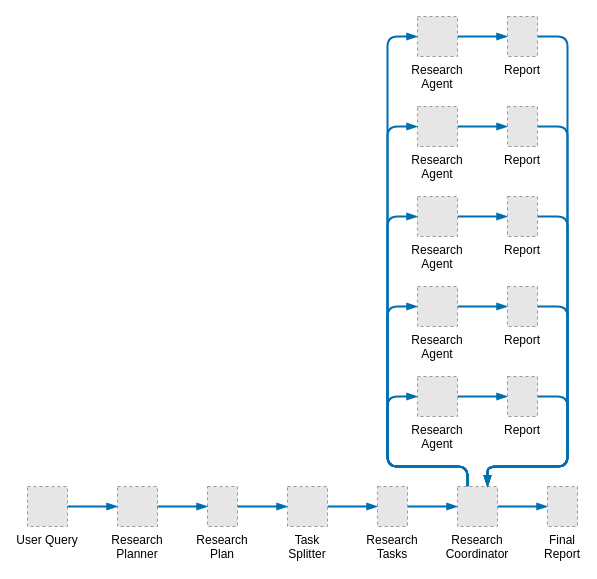
Before: research-agent-workflow.drawio in callowayproject/agent-skills, a draw.io diagram. Source tidied: cells renumbered, new cells numbered last; positions are measured from the earlier drawing's top-left corner, leaving out a move shared by most shapes. Both pictures are drawn from the tidied source at 100%, with x=0, y=0 at pixel (27, 16). Pictures stored in the file or linked from it are replaced by grey dashed boxes.
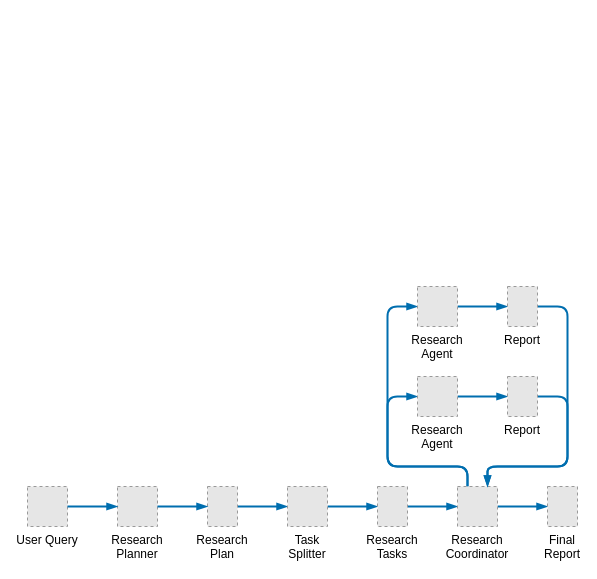
The same page after the edit.

Commit message:
Simplify and optimize the research agent workflow diagram

- Adjusted diagram dimensions for improved clarity (`dx` to 948, `dy` to 700).
- Removed unused elements (`Research Agent`, `Report` nodes, and related connectors).
- Enhanced structure by decluttering excess edges and redundant nodes.

The change refers to these unchanged cells:
```xml
<mxCell id="16" value="Research&#10;Coordinator" style="fillColor=#E6E6E6;strokeColor=#999999;dashed=1;verticalLabelPosition=bottom;labelBackgroundColor=default;verticalAlign=top;" parent="1" vertex="1">
  <mxGeometry x="430" y="470" width="40" height="40" as="geometry" />
</mxCell>
```

Diff of the diagram source:
```diff
@@
-    <mxCell id="10" style="edgeStyle=orthogonalEdgeStyle;shape=connector;rounded=1;jumpStyle=gap;jettySize=auto;html=1;exitX=0.25;exitY=0;exitDx=0;exitDy=0;entryX=0;entryY=0.5;entryDx=0;entryDy=0;strokeColor=#006EAF;strokeWidth=2;align=center;verticalAlign=middle;fontFamily=Helvetica;fontSize=12;fontColor=default;labelBackgroundColor=default;endArrow=blockThin;endFill=1;fillColor=#1ba1e2;" parent="1" edge="1" source="16" target="22">
-      <mxGeometry relative="1" as="geometry">
-        <Array as="points">
-          <mxPoint x="440" y="450" />
-          <mxPoint x="360" y="450" />
-          <mxPoint x="360" y="200" />
-        </Array>
-      </mxGeometry>
-    </mxCell>
-    <mxCell id="11" style="edgeStyle=orthogonalEdgeStyle;shape=connector;rounded=1;jumpStyle=gap;jettySize=auto;html=1;exitX=0.25;exitY=0;exitDx=0;exitDy=0;entryX=0;entryY=0.5;entryDx=0;entryDy=0;strokeColor=#006EAF;strokeWidth=2;align=center;verticalAlign=middle;fontFamily=Helvetica;fontSize=12;fontColor=default;labelBackgroundColor=default;endArrow=blockThin;endFill=1;fillColor=#1ba1e2;" parent="1" edge="1" source="16" target="20">
-      <mxGeometry relative="1" as="geometry">
-        <Array as="points">
-          <mxPoint x="440" y="450" />
-          <mxPoint x="360" y="450" />
-          <mxPoint x="360" y="110" />
-        </Array>
-      </mxGeometry>
-    </mxCell>
-    <mxCell id="12" style="edgeStyle=orthogonalEdgeStyle;shape=connector;rounded=1;jumpStyle=gap;jettySize=auto;html=1;exitX=0.25;exitY=0;exitDx=0;exitDy=0;entryX=0;entryY=0.5;entryDx=0;entryDy=0;strokeColor=#006EAF;strokeWidth=2;align=center;verticalAlign=middle;fontFamily=Helvetica;fontSize=12;fontColor=default;labelBackgroundColor=default;endArrow=blockThin;endFill=1;fillColor=#1ba1e2;" parent="1" edge="1" source="16" target="18">
-      <mxGeometry relative="1" as="geometry">
-        <Array as="points">
-          <mxPoint x="440" y="450" />
-          <mxPoint x="360" y="450" />
-          <mxPoint x="360" y="20" />
-        </Array>
-      </mxGeometry>
-    </mxCell>
@@
-    <mxCell id="17" style="edgeStyle=orthogonalEdgeStyle;shape=connector;rounded=1;jumpStyle=gap;jettySize=auto;html=1;exitX=1;exitY=0.5;exitDx=0;exitDy=0;entryX=0;entryY=0.5;entryDx=0;entryDy=0;strokeColor=#006EAF;strokeWidth=2;align=center;verticalAlign=middle;fontFamily=Helvetica;fontSize=12;fontColor=default;labelBackgroundColor=default;endArrow=blockThin;endFill=1;fillColor=#1ba1e2;" parent="1" edge="1" source="18" target="30">
-      <mxGeometry relative="1" as="geometry" />
-    </mxCell>
-    <mxCell id="18" value="Research&#10;Agent" style="fillColor=#E6E6E6;strokeColor=#999999;dashed=1;verticalLabelPosition=bottom;labelBackgroundColor=default;verticalAlign=top;" parent="1" vertex="1">
-      <mxGeometry x="390" width="40" height="40" as="geometry" />
-    </mxCell>
-    <mxCell id="19" style="edgeStyle=orthogonalEdgeStyle;shape=connector;rounded=1;jumpStyle=gap;jettySize=auto;html=1;exitX=1;exitY=0.5;exitDx=0;exitDy=0;entryX=0;entryY=0.5;entryDx=0;entryDy=0;strokeColor=#006EAF;strokeWidth=2;align=center;verticalAlign=middle;fontFamily=Helvetica;fontSize=12;fontColor=default;labelBackgroundColor=default;endArrow=blockThin;endFill=1;fillColor=#1ba1e2;" parent="1" edge="1" source="20" target="32">
-      <mxGeometry relative="1" as="geometry" />
-    </mxCell>
-    <mxCell id="20" value="Research&#10;Agent" style="fillColor=#E6E6E6;strokeColor=#999999;dashed=1;verticalLabelPosition=bottom;labelBackgroundColor=default;verticalAlign=top;" parent="1" vertex="1">
-      <mxGeometry x="390" y="90" width="40" height="40" as="geometry" />
-    </mxCell>
-    <mxCell id="21" style="edgeStyle=orthogonalEdgeStyle;shape=connector;rounded=1;jumpStyle=gap;jettySize=auto;html=1;exitX=1;exitY=0.5;exitDx=0;exitDy=0;entryX=0;entryY=0.5;entryDx=0;entryDy=0;strokeColor=#006EAF;strokeWidth=2;align=center;verticalAlign=middle;fontFamily=Helvetica;fontSize=12;fontColor=default;labelBackgroundColor=default;endArrow=blockThin;endFill=1;fillColor=#1ba1e2;" parent="1" edge="1" source="22" target="34">
-      <mxGeometry relative="1" as="geometry" />
-    </mxCell>
-    <mxCell id="22" value="Research&#10;Agent" style="fillColor=#E6E6E6;strokeColor=#999999;dashed=1;verticalLabelPosition=bottom;labelBackgroundColor=default;verticalAlign=top;" parent="1" vertex="1">
-      <mxGeometry x="390" y="180" width="40" height="40" as="geometry" />
-    </mxCell>
@@
-    <mxCell id="29" style="edgeStyle=orthogonalEdgeStyle;shape=connector;rounded=1;jumpStyle=gap;jettySize=auto;html=1;exitX=1;exitY=0.5;exitDx=0;exitDy=0;entryX=0.75;entryY=0;entryDx=0;entryDy=0;strokeColor=#006EAF;strokeWidth=2;align=center;verticalAlign=middle;fontFamily=Helvetica;fontSize=12;fontColor=default;labelBackgroundColor=default;endArrow=blockThin;endFill=1;fillColor=#1ba1e2;" parent="1" edge="1" source="30" target="16">
-      <mxGeometry relative="1" as="geometry">
-        <Array as="points">
-          <mxPoint x="540" y="20" />
-          <mxPoint x="540" y="450" />
-          <mxPoint x="460" y="450" />
-        </Array>
-      </mxGeometry>
-    </mxCell>
-    <mxCell id="30" value="Report" style="fillColor=#E6E6E6;strokeColor=#999999;dashed=1;labelPosition=center;verticalLabelPosition=bottom;align=center;verticalAlign=top;labelBackgroundColor=none;" parent="1" vertex="1">
-      <mxGeometry x="480" width="30" height="40" as="geometry" />
-    </mxCell>
-    <mxCell id="31" style="edgeStyle=orthogonalEdgeStyle;shape=connector;rounded=1;jumpStyle=gap;jettySize=auto;html=1;exitX=1;exitY=0.5;exitDx=0;exitDy=0;entryX=0.75;entryY=0;entryDx=0;entryDy=0;strokeColor=#006EAF;strokeWidth=2;align=center;verticalAlign=middle;fontFamily=Helvetica;fontSize=12;fontColor=default;labelBackgroundColor=default;endArrow=blockThin;endFill=1;fillColor=#1ba1e2;" parent="1" edge="1" source="32" target="16">
-      <mxGeometry relative="1" as="geometry">
-        <Array as="points">
-          <mxPoint x="540" y="110" />
-          <mxPoint x="540" y="450" />
-          <mxPoint x="460" y="450" />
-        </Array>
-      </mxGeometry>
-    </mxCell>
-    <mxCell id="32" value="Report" style="fillColor=#E6E6E6;strokeColor=#999999;dashed=1;labelPosition=center;verticalLabelPosition=bottom;align=center;verticalAlign=top;labelBackgroundColor=none;" parent="1" vertex="1">
-      <mxGeometry x="480" y="90" width="30" height="40" as="geometry" />
-    </mxCell>
-    <mxCell id="33" style="edgeStyle=orthogonalEdgeStyle;shape=connector;rounded=1;jumpStyle=gap;jettySize=auto;html=1;exitX=1;exitY=0.5;exitDx=0;exitDy=0;strokeColor=#006EAF;strokeWidth=2;align=center;verticalAlign=middle;fontFamily=Helvetica;fontSize=12;fontColor=default;labelBackgroundColor=default;endArrow=blockThin;endFill=1;fillColor=#1ba1e2;" parent="1" edge="1" source="34">
-      <mxGeometry relative="1" as="geometry">
-        <mxPoint x="460" y="470" as="targetPoint" />
-        <Array as="points">
-          <mxPoint x="540" y="200" />
-          <mxPoint x="540" y="450" />
-          <mxPoint x="460" y="450" />
-        </Array>
-      </mxGeometry>
-    </mxCell>
-    <mxCell id="34" value="Report" style="fillColor=#E6E6E6;strokeColor=#999999;dashed=1;labelPosition=center;verticalLabelPosition=bottom;align=center;verticalAlign=top;labelBackgroundColor=none;" parent="1" vertex="1">
-      <mxGeometry x="480" y="180" width="30" height="40" as="geometry" />
-    </mxCell>
```
